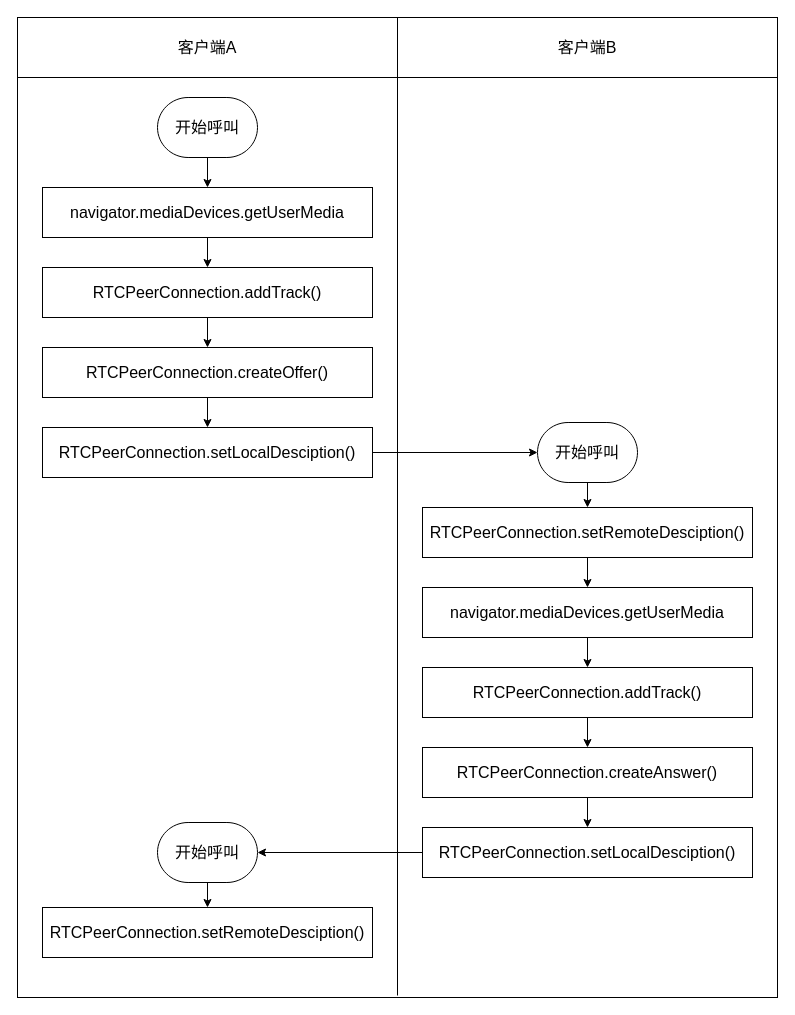
Before: drawio/WebRTC建立连接过程.drawio in jhongxu/image-hosting, a draw.io diagram. Source tidied: cells renumbered, new cells numbered last; positions are measured from the earlier drawing's top-left corner, leaving out a move shared by most shapes. Both pictures are drawn from the tidied source at 100%, with x=0, y=0 at pixel (17, 17).
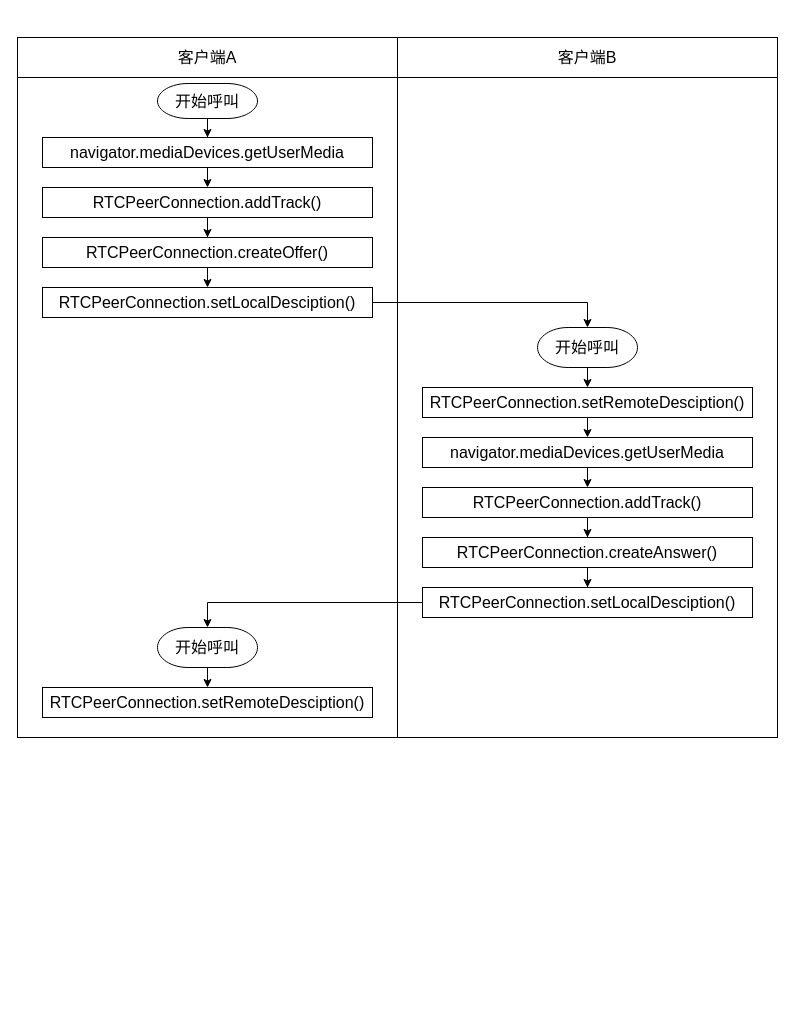
The same page after the edit.

Commit message:
更新WebRTC建立连接过程.drawio

The edit, as a diff of the source:
```diff
@@
     <mxCell id="2" style="rounded=0;whiteSpace=wrap;html=1;" parent="1" vertex="1">
-      <mxGeometry y="20" width="760" height="960" as="geometry" />
+      <mxGeometry y="20" width="760" height="700" as="geometry" />
     </mxCell>
     <mxCell id="3" value="客户端A" style="rounded=0;whiteSpace=wrap;html=1;fontSize=16;" parent="1" vertex="1">
-      <mxGeometry width="380" height="60" as="geometry" />
+      <mxGeometry y="20" width="380" height="40" as="geometry" />
     </mxCell>
     <mxCell id="4" value="客户端B" style="rounded=0;whiteSpace=wrap;html=1;fontSize=16;" parent="1" vertex="1">
-      <mxGeometry x="380" width="380" height="60" as="geometry" />
+      <mxGeometry x="380" y="20" width="380" height="40" as="geometry" />
     </mxCell>
-    <mxCell id="5" style="endArrow=none;html=1;rounded=0;fontSize=16;exitX=0.5;exitY=0.1;exitDx=0;exitDy=0;exitPerimeter=0;entryX=0.5;entryY=1;entryDx=0;entryDy=0;" parent="1" edge="1">
+    <mxCell id="5" style="endArrow=none;html=1;rounded=0;fontSize=16;exitX=0.5;exitY=0.1;exitDx=0;exitDy=0;exitPerimeter=0;" parent="1" edge="1">
       <mxGeometry relative="1" as="geometry">
         <mxPoint x="380" y="60" as="sourcePoint" />
-        <mxPoint x="380" y="978" as="targetPoint" />
+        <mxPoint x="380" y="720" as="targetPoint" />
       </mxGeometry>
     </mxCell>
@@
     <mxCell id="7" value="开始呼叫" style="strokeWidth=1;html=1;shape=mxgraph.flowchart.terminator;whiteSpace=wrap;fontSize=16;" parent="1" vertex="1">
-      <mxGeometry x="140" y="80" width="100" height="60" as="geometry" />
+      <mxGeometry x="140" y="66" width="100" height="35" as="geometry" />
     </mxCell>
@@
     <mxCell id="9" value="navigator.mediaDevices.getUserMedia" style="rounded=0;whiteSpace=wrap;html=1;fontSize=16;strokeWidth=1;" parent="1" vertex="1">
-      <mxGeometry x="25" y="170" width="330" height="50" as="geometry" />
+      <mxGeometry x="25" y="120" width="330" height="30" as="geometry" />
     </mxCell>
@@
     <mxCell id="11" value="RTCPeerConnection.addTrack()" style="rounded=0;whiteSpace=wrap;html=1;fontSize=16;strokeWidth=1;" parent="1" vertex="1">
-      <mxGeometry x="25" y="250" width="330" height="50" as="geometry" />
+      <mxGeometry x="25" y="170" width="330" height="30" as="geometry" />
     </mxCell>
@@
     <mxCell id="13" value="RTCPeerConnection.createOffer()" style="rounded=0;whiteSpace=wrap;html=1;fontSize=16;strokeWidth=1;" parent="1" vertex="1">
-      <mxGeometry x="25" y="330" width="330" height="50" as="geometry" />
+      <mxGeometry x="25" y="220" width="330" height="30" as="geometry" />
     </mxCell>
@@
     <mxCell id="15" value="RTCPeerConnection.setLocalDesciption()" style="rounded=0;whiteSpace=wrap;html=1;fontSize=16;strokeWidth=1;" parent="1" vertex="1">
-      <mxGeometry x="25" y="410" width="330" height="50" as="geometry" />
+      <mxGeometry x="25" y="270" width="330" height="30" as="geometry" />
     </mxCell>
@@
     <mxCell id="17" value="开始呼叫" style="strokeWidth=1;html=1;shape=mxgraph.flowchart.terminator;whiteSpace=wrap;fontSize=16;" parent="1" vertex="1">
-      <mxGeometry x="520" y="405" width="100" height="60" as="geometry" />
+      <mxGeometry x="520" y="310" width="100" height="40" as="geometry" />
     </mxCell>
@@
     <mxCell id="19" value="RTCPeerConnection.setRemoteDesciption()" style="rounded=0;whiteSpace=wrap;html=1;fontSize=16;strokeWidth=1;" parent="1" vertex="1">
-      <mxGeometry x="405" y="490" width="330" height="50" as="geometry" />
+      <mxGeometry x="405" y="370" width="330" height="30" as="geometry" />
     </mxCell>
@@
     <mxCell id="21" value="navigator.mediaDevices.getUserMedia" style="rounded=0;whiteSpace=wrap;html=1;fontSize=16;strokeWidth=1;" parent="1" vertex="1">
-      <mxGeometry x="405" y="570" width="330" height="50" as="geometry" />
+      <mxGeometry x="405" y="420" width="330" height="30" as="geometry" />
     </mxCell>
@@
     <mxCell id="23" value="RTCPeerConnection.addTrack()" style="rounded=0;whiteSpace=wrap;html=1;fontSize=16;strokeWidth=1;" parent="1" vertex="1">
-      <mxGeometry x="405" y="650" width="330" height="50" as="geometry" />
+      <mxGeometry x="405" y="470" width="330" height="30" as="geometry" />
     </mxCell>
@@
     <mxCell id="25" value="RTCPeerConnection.createAnswer()" style="rounded=0;whiteSpace=wrap;html=1;fontSize=16;strokeWidth=1;" parent="1" vertex="1">
-      <mxGeometry x="405" y="730" width="330" height="50" as="geometry" />
+      <mxGeometry x="405" y="520" width="330" height="30" as="geometry" />
     </mxCell>
@@
     <mxCell id="27" value="RTCPeerConnection.setLocalDesciption()" style="rounded=0;whiteSpace=wrap;html=1;fontSize=16;strokeWidth=1;" parent="1" vertex="1">
-      <mxGeometry x="405" y="810" width="330" height="50" as="geometry" />
+      <mxGeometry x="405" y="570" width="330" height="30" as="geometry" />
     </mxCell>
@@
     <mxCell id="29" value="开始呼叫" style="strokeWidth=1;html=1;shape=mxgraph.flowchart.terminator;whiteSpace=wrap;fontSize=16;" parent="1" vertex="1">
-      <mxGeometry x="140" y="805" width="100" height="60" as="geometry" />
+      <mxGeometry x="140" y="610" width="100" height="40" as="geometry" />
     </mxCell>
     <mxCell id="30" value="RTCPeerConnection.setRemoteDesciption()" style="rounded=0;whiteSpace=wrap;html=1;fontSize=16;strokeWidth=1;" parent="1" vertex="1">
-      <mxGeometry x="25" y="890" width="330" height="50" as="geometry" />
+      <mxGeometry x="25" y="670" width="330" height="30" as="geometry" />
     </mxCell>
```
